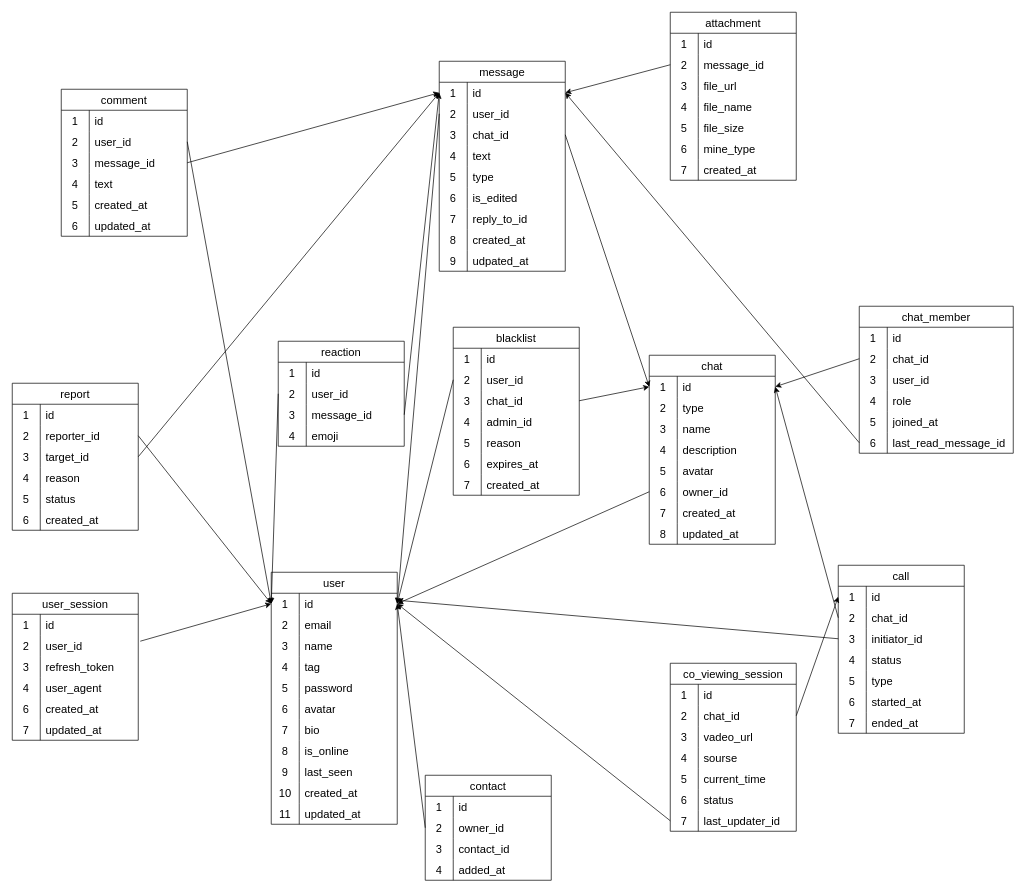
This is api/prisma/schema/database.drawio from BlackDarkes/SwitchChat, a draw.io file, before an edit. Source tidied: cells renumbered, new cells numbered last; positions are measured from the earlier drawing's top-left corner, leaving out a move shared by most shapes. Both pictures are drawn from the tidied source at 70%, with x=0, y=0 at pixel (12, 12).
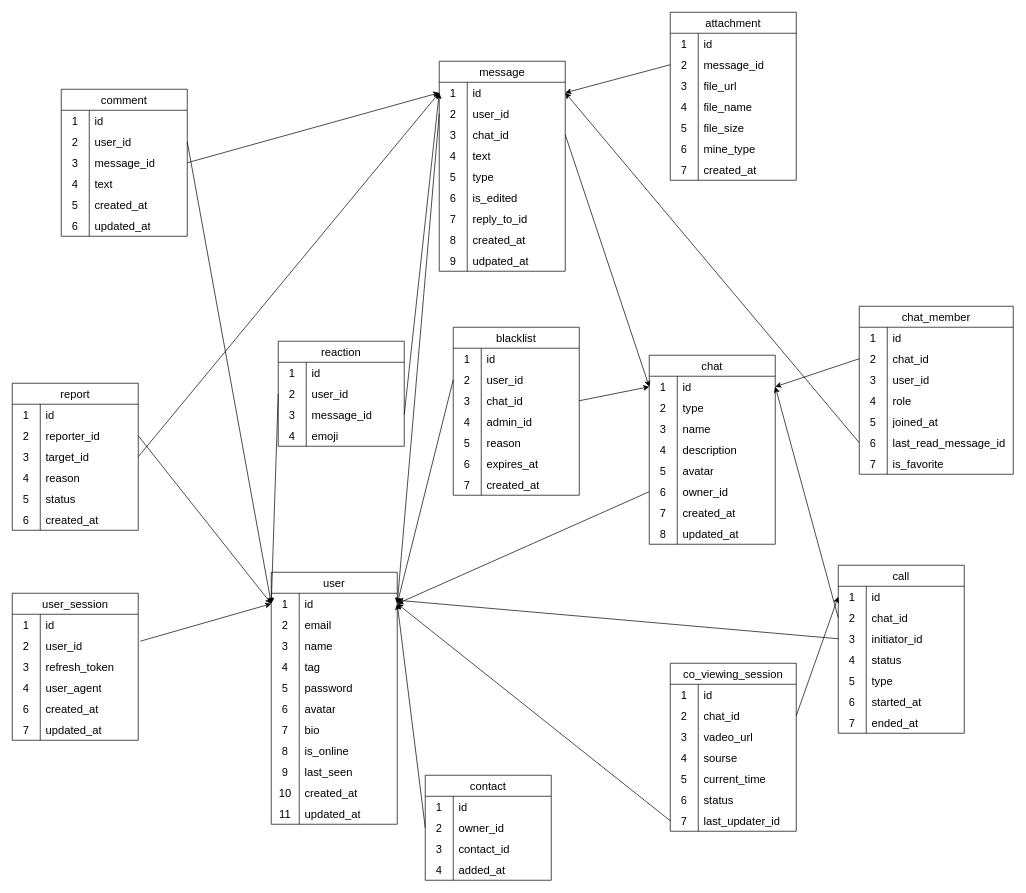
The same diagram, later.

Change to the diagram source:
```diff
@@
     <mxCell id="96" value="chat_member" style="shape=table;startSize=30;childLayout=tableLayout;rowLines=0;fontStyle=0;strokeColor=default;fontSize=16;" parent="1" vertex="1">
-      <mxGeometry x="1210" y="420" width="220" height="210" as="geometry" />
+      <mxGeometry x="1210" y="420" width="220" height="240" as="geometry" />
     </mxCell>
@@
+    <mxCell id="299" style="shape=tableRow;horizontal=0;startSize=0;swimlaneHead=0;swimlaneBody=0;top=0;left=0;bottom=0;right=0;fillColor=none;strokeColor=inherit;fontSize=16;" parent="96" vertex="1">
+      <mxGeometry y="210" width="220" height="30" as="geometry" />
+    </mxCell>
+    <mxCell id="300" value="7" style="shape=partialRectangle;html=1;whiteSpace=wrap;fillColor=none;top=0;left=0;bottom=0;right=0;overflow=hidden;strokeColor=inherit;fontSize=16;" parent="299" vertex="1">
+      <mxGeometry width="40" height="30" as="geometry" />
+    </mxCell>
+    <mxCell id="301" value="is_favorite" style="shape=partialRectangle;html=1;whiteSpace=wrap;fillColor=none;top=0;left=0;bottom=0;right=0;align=left;spacingLeft=6;overflow=hidden;strokeColor=inherit;fontSize=16;" parent="299" vertex="1">
+      <mxGeometry x="40" width="180" height="30" as="geometry" />
+    </mxCell>
```
